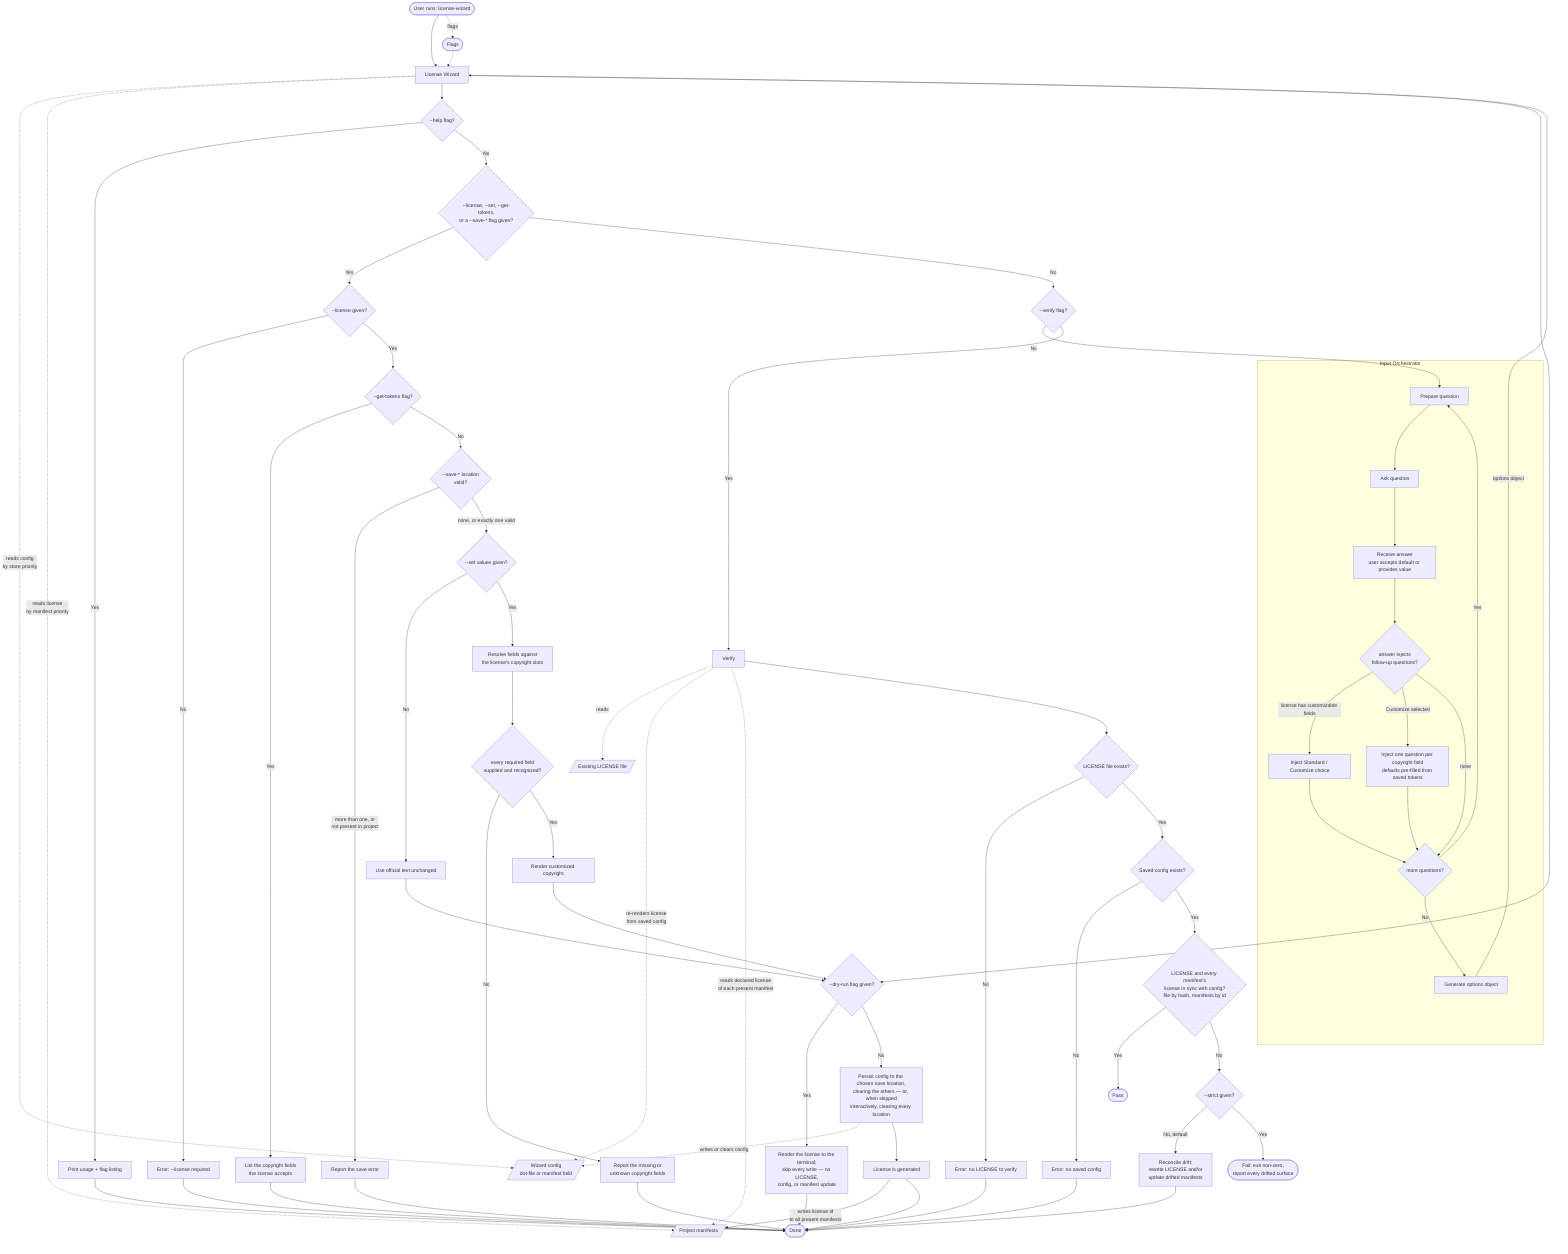
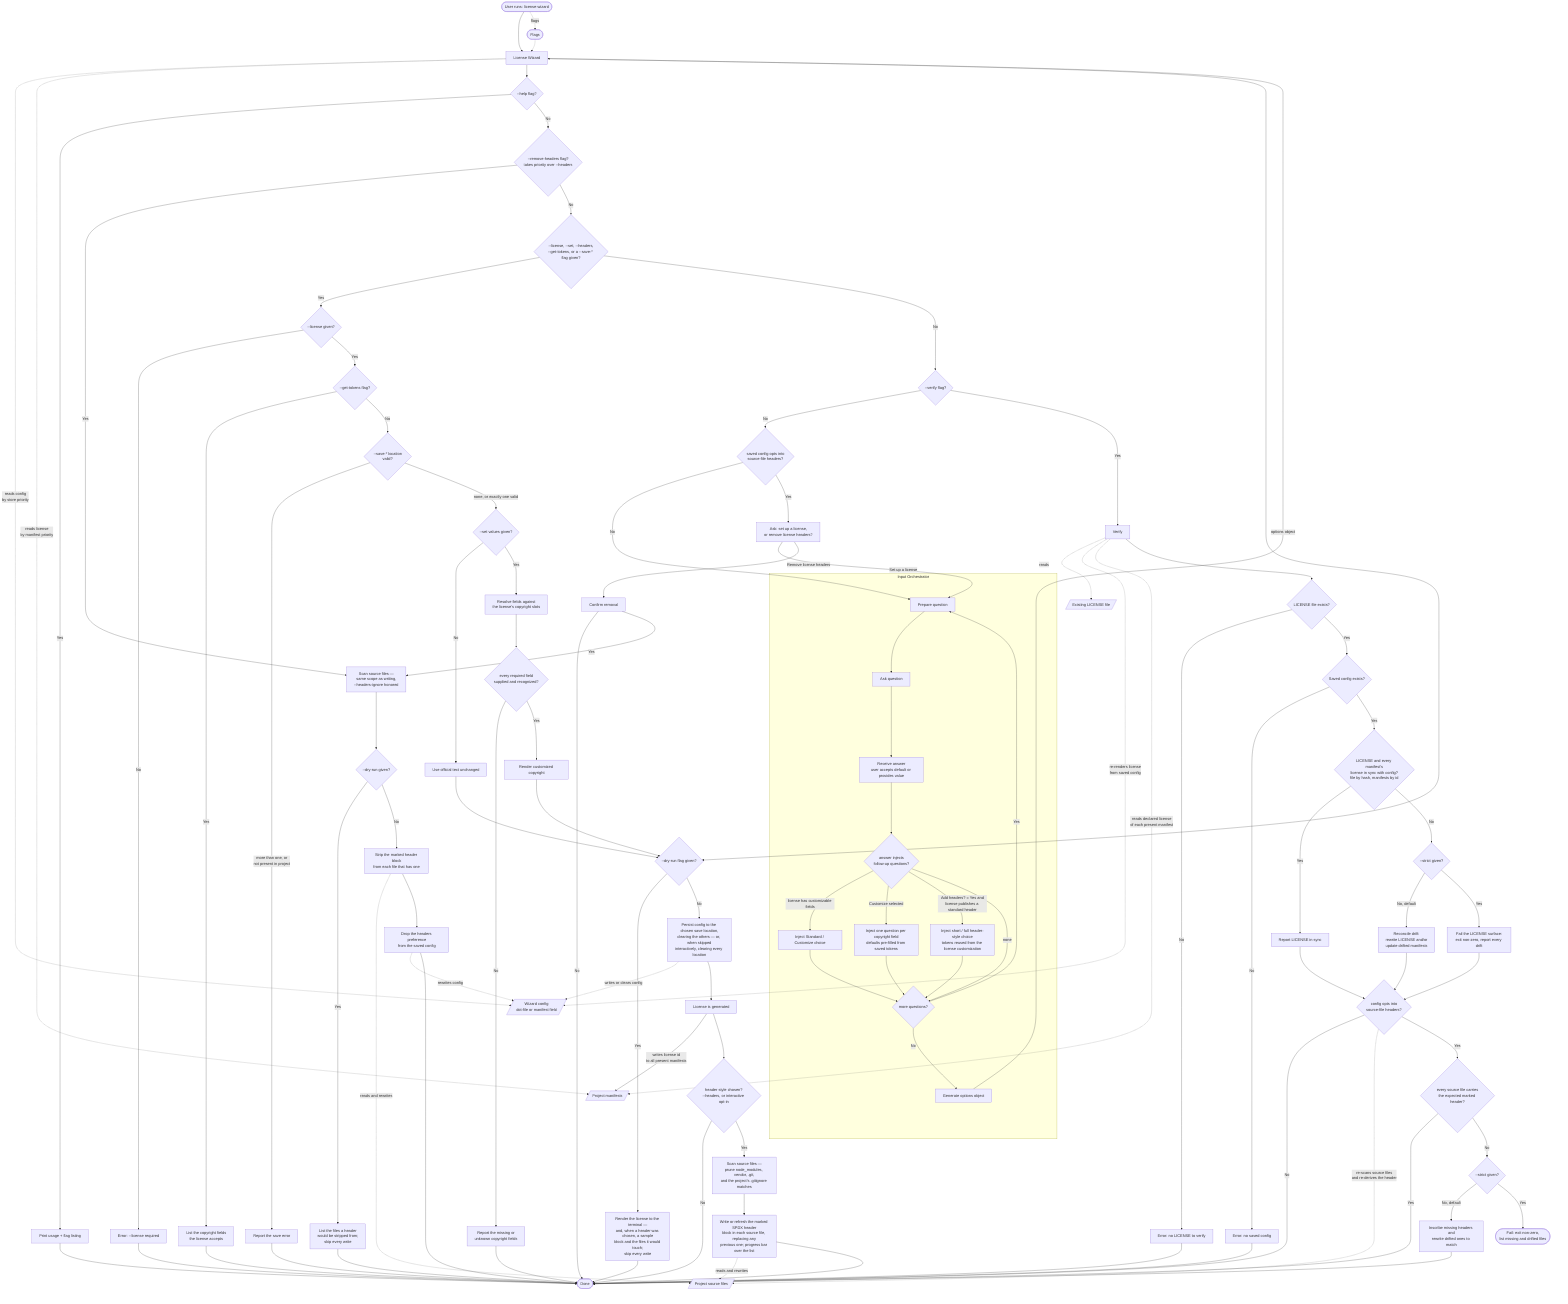
flowchart TD
    A([User runs: license-wizard]) --> LW[License Wizard]
    A -.->|flags| FL([Flags])
    FL -.-> LW
    LW -.->|reads config<br/>by store priority| LC[/Wizard config<br/>dot-file or manifest field/]
    LW -.->|reads license<br/>by manifest priority| PJ[/Project manifests/]

    LW --> HELP{--help flag?}

    %% ─── Help path ───
    HELP -->|Yes| HU[Print usage + flag listing]
    HU --> H

-     HELP -->|No| NI{--license, --set, --get-tokens,<br/>or a --save-* flag given?}
+     HELP -->|No| RH{--remove-headers flag?<br/>takes priority over --headers}
+ 
+     %% ─── Header removal path (standalone) ───
+     RH -->|Yes| RHSCAN[Scan source files —<br/>same scope as writing,<br/>--headers-ignore honored]
+     RHSCAN --> RHDR{--dry-run given?}
+     RHDR -->|Yes| RHPREV[List the files a header<br/>would be stripped from;<br/>skip every write] --> H
+     RHDR -->|No| RHSTRIP[Strip the marked header block<br/>from each file that has one]
+     RHSTRIP -.->|reads and rewrites| SF
+     RHSTRIP --> RHCFG[Drop the headers preference<br/>from the saved config]
+     RHCFG -.->|rewrites config| LC
+     RHCFG --> H
+ 
+     RH -->|No| NI{--license, --set, --headers,<br/>--get-tokens, or a --save-* flag given?}

    %% ─── Non-interactive CLI path ───
    NI -->|Yes| NIL{--license given?}
    NIL -->|No| ERRL[Error: --license required] --> H
    NIL -->|Yes| GT{--get-tokens flag?}
    GT -->|Yes| LT[List the copyright fields<br/>the license accepts] --> H
    GT -->|No| SV{--save-* location<br/>valid?}
    SV -->|more than one, or<br/>not present in project| ERRS[Report the save error] --> H
    SV -->|none, or exactly one valid| HS{--set values given?}
    HS -->|No| STD[Use official text unchanged]
    HS -->|Yes| RES[Resolve fields against<br/>the license's copyright slots]
    RES --> CHK{every required field<br/>supplied and recognized?}
    CHK -->|No| NEED[Report the missing or<br/>unknown copyright fields] --> H
    CHK -->|Yes| CUST[Render customized copyright]
    STD --> DR
    CUST --> DR

    %% ─── Dry-run gate (shared by both generation paths) ───
    DR{--dry-run flag given?}
-     DR -->|Yes| DRP[Render the license to the terminal;<br/>skip every write — no LICENSE,<br/>config, or manifest update] --> H
+     DR -->|Yes| DRP[Render the license to the terminal —<br/>and, when a header was chosen, a sample<br/>block and the files it would touch;<br/>skip every write] --> H
    DR -->|No| PSV
    PSV[Persist config to the chosen save location,<br/>clearing the others — or, when skipped<br/>interactively, clearing every location]
    PSV -.->|writes or clears config| LC
    PSV --> G

    NI -->|No| M{--verify flag?}

    %% ─── Interactive / generation path ───
-     M -->|No| C
+     %% Adaptive opening: the remove option appears only when the saved config
+     %% already opted into headers; otherwise the wizard goes straight to setup.
+     M -->|No| MQ{saved config opts into<br/>source-file headers?}
+     MQ -->|No| C
+     MQ -->|Yes| MODEQ[Ask: set up a license,<br/>or remove license headers?]
+     MODEQ -->|Set up a license| C
+     MODEQ -->|Remove license headers| RMQ[Confirm removal]
+     RMQ -->|No| H
+     RMQ -->|Yes| RHSCAN

    subgraph IO [Input Orchestrator]
        C[Prepare question]
        C --> D[Ask question]
        D --> E[Receive answer<br/>user accepts default or provides value]
        E --> INJ{answer injects<br/>follow-up questions?}
        INJ -->|license has customizable fields| MODE[Inject Standard / Customize choice]
        INJ -->|Customize selected| FIELDS[Inject one question per copyright field<br/>defaults pre-filled from saved tokens]
+         INJ -->|Add headers? = Yes and<br/>license publishes a standard header| HSTYLE[Inject short / full header-style choice<br/>tokens reused from the license customization]
        INJ -->|none| F
        MODE --> F
        FIELDS --> F
+         HSTYLE --> F
        F{more questions?}
        F -->|Yes| C
        F -->|No| OG[Generate options object]
    end

    OG -->|options object| LW
    LW --> DR
    G[License is generated]
    G -->|writes license id<br/>to all present manifests| PJ
-     G --> H([Done])
+     G --> GH{header style chosen?<br/>--headers, or interactive opt-in}
+     GH -->|No| H([Done])
+     GH -->|Yes| HSCAN[Scan source files —<br/>prune node_modules, vendor, .git,<br/>and the project's .gitignore matches]
+     HSCAN --> HWRITE[Write or refresh the marked SPDX header<br/>block in each source file, replacing any<br/>previous one; progress bar over the list]
+     HWRITE -.->|reads and rewrites| SF[/Project source files/]
+     HWRITE --> H

    %% ─── Verification path (standalone: ignores every other flag) ───
    M -->|Yes| V[Verify]
    V -.->|reads| EL[/Existing LICENSE file/]
    V -.->|re-renders license<br/>from saved config| LC
    V -.->|reads declared license<br/>of each present manifest| PJ
    V --> HASL{LICENSE file exists?}
    HASL -->|No| ERRNL[Error: no LICENSE to verify] --> H
    HASL -->|Yes| HASC{Saved config exists?}
    HASC -->|No| ERRNC[Error: no saved config] --> H
    HASC -->|Yes| R{LICENSE and every manifest's<br/>license in sync with config?<br/>file by hash, manifests by id}
-     R -->|Yes| PASS([Pass])
+     R -->|Yes| PASS[Report LICENSE in sync]
    R -->|No| AG{--strict given?}
-     AG -->|No, default| G2[Reconcile drift:<br/>rewrite LICENSE and/or<br/>update drifted manifests] --> H
-     AG -->|Yes| FAIL([Fail: exit non-zero,<br/>report every drifted surface])
+     AG -->|No, default| G2[Reconcile drift:<br/>rewrite LICENSE and/or<br/>update drifted manifests]
+     AG -->|Yes| FAIL[Fail the LICENSE surface:<br/>exit non-zero, report every drift]
+     PASS --> HV
+     G2 --> HV
+     FAIL --> HV
+ 
+     %% ─── Header verification (same run, when config opts into headers) ───
+     HV{config opts into<br/>source-file headers?}
+     HV -->|No| H
+     HV -.->|re-scans source files<br/>and re-derives the header| SF
+     HV -->|Yes| HVR{every source file carries<br/>the expected marked header?}
+     HVR -->|Yes| H
+     HVR -->|No| HVAG{--strict given?}
+     HVAG -->|No, default| HVFIX[Inscribe missing headers and<br/>rewrite drifted ones to match] --> H
+     HVAG -->|Yes| HVFAIL([Fail: exit non-zero,<br/>list missing and drifted files])
